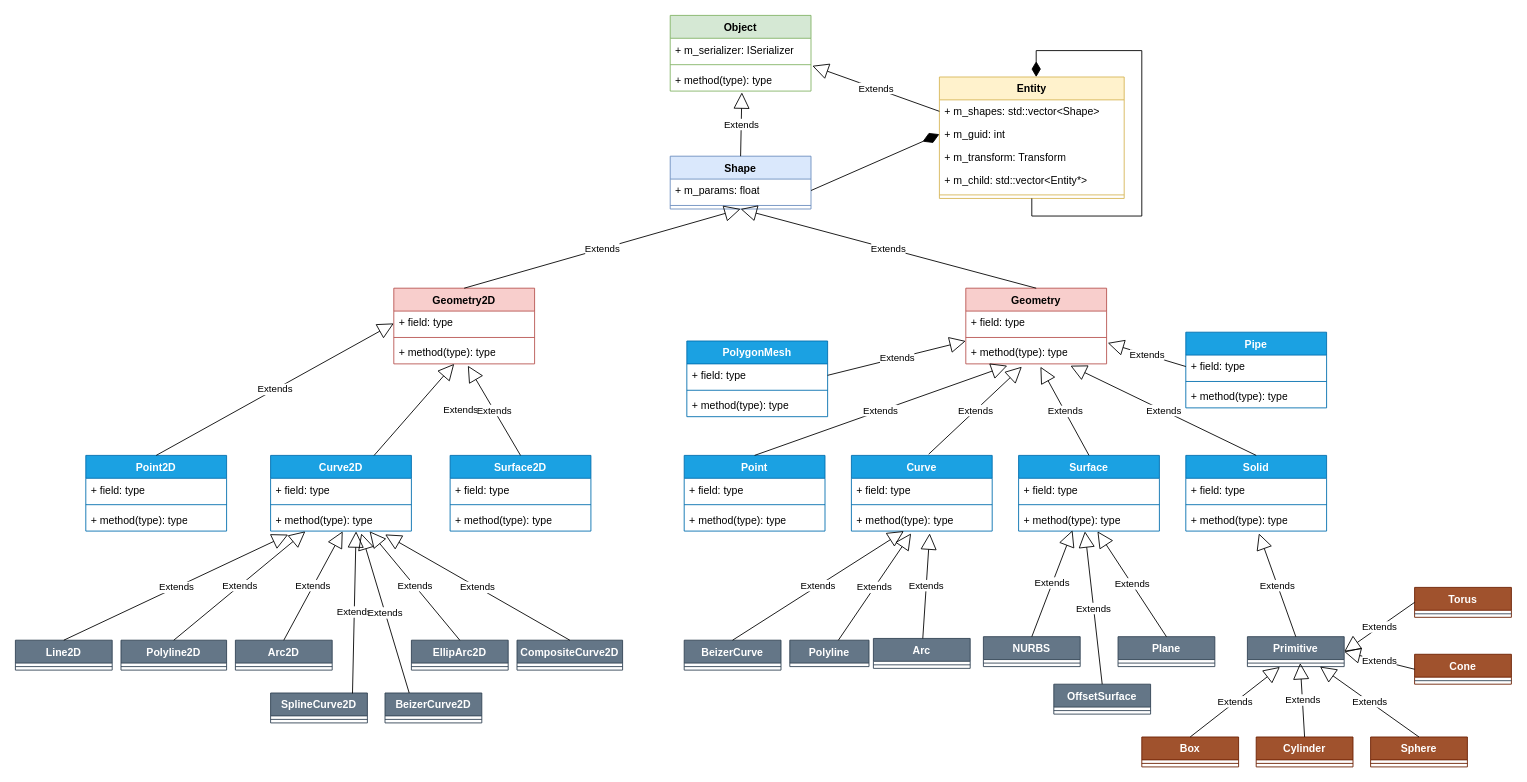
This is page "Shape" (1 of 4) of DGE SDK.drawio from yichen2017/DGE-Design, a draw.io file, before an edit. Source tidied: cells renumbered, new cells numbered last; positions are measured from the earlier drawing's top-left corner, leaving out a move shared by most shapes. Both pictures are drawn from the tidied source at 88%, with x=0, y=0 at pixel (15, 15).
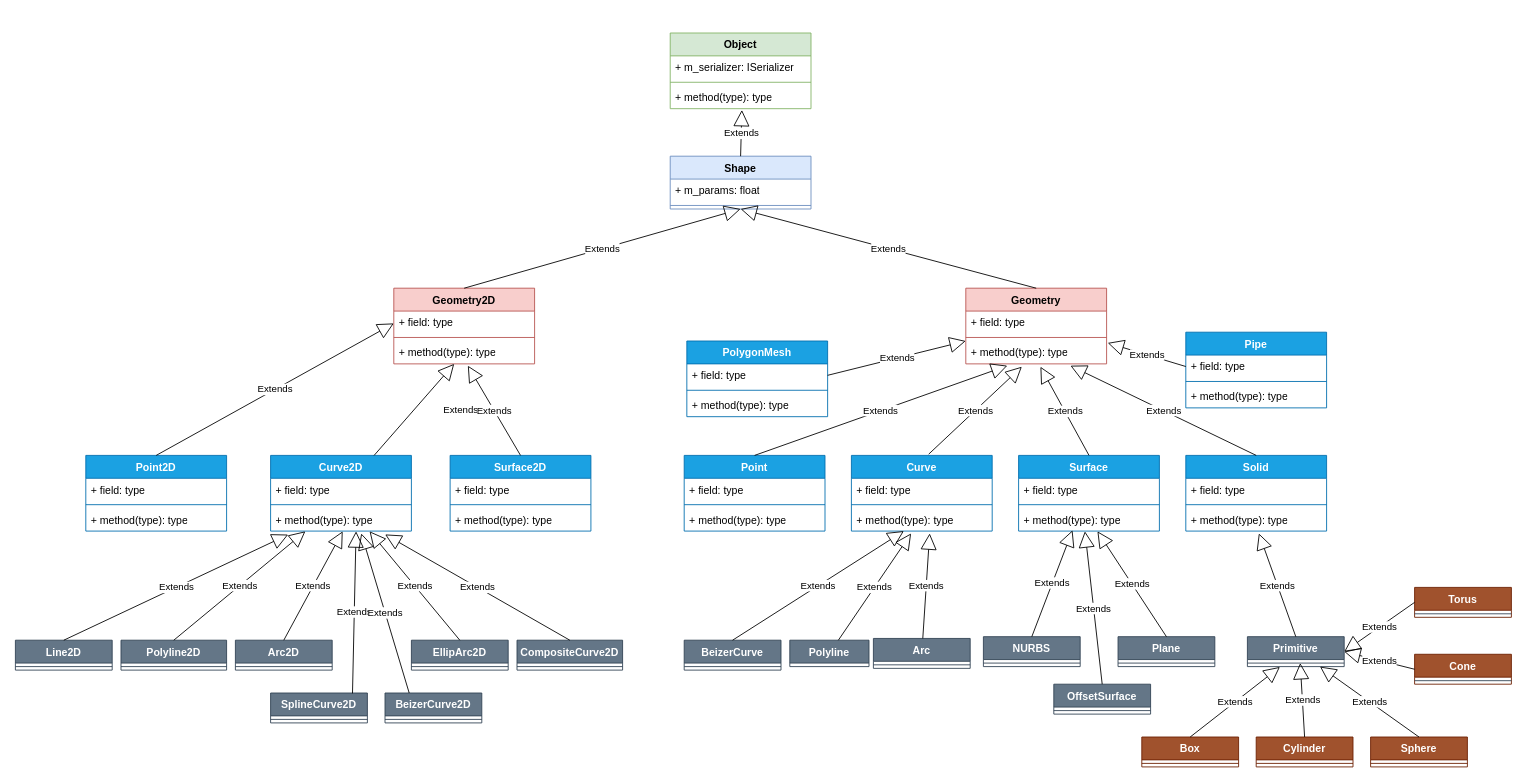
The same diagram, later.

The change refers to these unchanged cells:
```xml
<mxCell id="3" value="+ m_params: float&lt;br&gt;" style="text;strokeColor=none;fillColor=none;align=left;verticalAlign=top;spacingLeft=4;spacingRight=4;overflow=hidden;points=[[0,0.5],[1,0.5]];portConstraint=eastwest;whiteSpace=wrap;html=1;" parent="2" vertex="1">
  <mxGeometry y="26" width="160" height="26" as="geometry" />
</mxCell>
<mxCell id="73" value="+ method(type): type" style="text;strokeColor=none;fillColor=none;align=left;verticalAlign=top;spacingLeft=4;spacingRight=4;overflow=hidden;points=[[0,0.5],[1,0.5]];portConstraint=eastwest;whiteSpace=wrap;html=1;" parent="70" vertex="1">
  <mxGeometry y="60" width="160" height="26" as="geometry" />
</mxCell>
```

Change to the diagram source:
```diff
@@
-    <mxCell id="6" value="Entity" style="swimlane;fontStyle=1;align=center;verticalAlign=top;horizontal=1;startSize=26;whiteSpace=wrap;html=1;fillColor=#fff2cc;strokeColor=#d6b656;" parent="1" vertex="1">
-      <mxGeometry x="1050" y="70" width="210" height="138" as="geometry" />
-    </mxCell>
-    <mxCell id="7" value="+ m_shapes: std::vector&amp;lt;Shape&amp;gt;" style="text;strokeColor=none;fillColor=none;align=left;verticalAlign=top;spacingLeft=4;spacingRight=4;overflow=hidden;points=[[0,0.5],[1,0.5]];portConstraint=eastwest;whiteSpace=wrap;html=1;" parent="6" vertex="1">
-      <mxGeometry y="26" width="210" height="26" as="geometry" />
-    </mxCell>
-    <mxCell id="8" value="+ m_guid: int&lt;br&gt;" style="text;strokeColor=none;fillColor=none;align=left;verticalAlign=top;spacingLeft=4;spacingRight=4;overflow=hidden;points=[[0,0.5],[1,0.5]];portConstraint=eastwest;whiteSpace=wrap;html=1;" parent="6" vertex="1">
-      <mxGeometry y="52" width="210" height="26" as="geometry" />
-    </mxCell>
-    <mxCell id="9" value="+ m_transform: Transform&lt;br&gt;" style="text;strokeColor=none;fillColor=none;align=left;verticalAlign=top;spacingLeft=4;spacingRight=4;overflow=hidden;whiteSpace=wrap;html=1;" parent="6" vertex="1">
-      <mxGeometry y="78" width="210" height="26" as="geometry" />
-    </mxCell>
-    <mxCell id="10" value="+ m_child: std::vector&amp;lt;Entity*&amp;gt;" style="text;strokeColor=none;fillColor=none;align=left;verticalAlign=top;spacingLeft=4;spacingRight=4;overflow=hidden;whiteSpace=wrap;html=1;" parent="6" vertex="1">
-      <mxGeometry y="104" width="210" height="26" as="geometry" />
-    </mxCell>
-    <mxCell id="11" style="line;strokeWidth=1;fillColor=none;align=left;verticalAlign=middle;spacingTop=-1;spacingLeft=3;spacingRight=3;labelPosition=right;strokeColor=inherit;" parent="6" vertex="1">
-      <mxGeometry y="130" width="210" height="8" as="geometry" />
-    </mxCell>
-    <mxCell id="12" style="edgeStyle=orthogonalEdgeStyle;rounded=0;jettySize=auto;html=1;endArrow=diamondThin;endFill=1;strokeWidth=1;endSize=15;" parent="6" edge="1" source="6">
-      <mxGeometry relative="1" as="geometry">
-        <mxPoint x="110" as="targetPoint" />
-        <Array as="points">
-          <mxPoint x="105" y="158" />
-          <mxPoint x="230" y="158" />
-          <mxPoint x="230" y="-30" />
-          <mxPoint x="110" y="-30" />
-        </Array>
-      </mxGeometry>
-    </mxCell>
-    <mxCell id="13" style="endArrow=diamondThin;endFill=1;endSize=18;html=1;rounded=0;entryX=0;entryY=0.5;entryDx=0;entryDy=0;exitX=1;exitY=0.5;exitDx=0;exitDy=0;" parent="1" edge="1" source="3" target="8">
-      <mxGeometry relative="1" as="geometry" />
-    </mxCell>
@@
-    <mxCell id="69" value="Extends" style="endArrow=block;endSize=16;endFill=0;html=1;rounded=0;entryX=1.009;entryY=-0.104;entryDx=0;entryDy=0;exitX=0;exitY=0.5;exitDx=0;exitDy=0;entryPerimeter=0;" parent="1" edge="1" source="7" target="73">
-      <mxGeometry relative="1" as="geometry" />
-    </mxCell>
     <mxCell id="70" value="Object" style="swimlane;fontStyle=1;align=center;verticalAlign=top;horizontal=1;startSize=26;whiteSpace=wrap;html=1;fillColor=#d5e8d4;strokeColor=#82b366;" parent="1" vertex="1">
-      <mxGeometry x="744.1" width="160" height="86" as="geometry" />
+      <mxGeometry x="744.1" y="20" width="160" height="86" as="geometry" />
     </mxCell>
```
